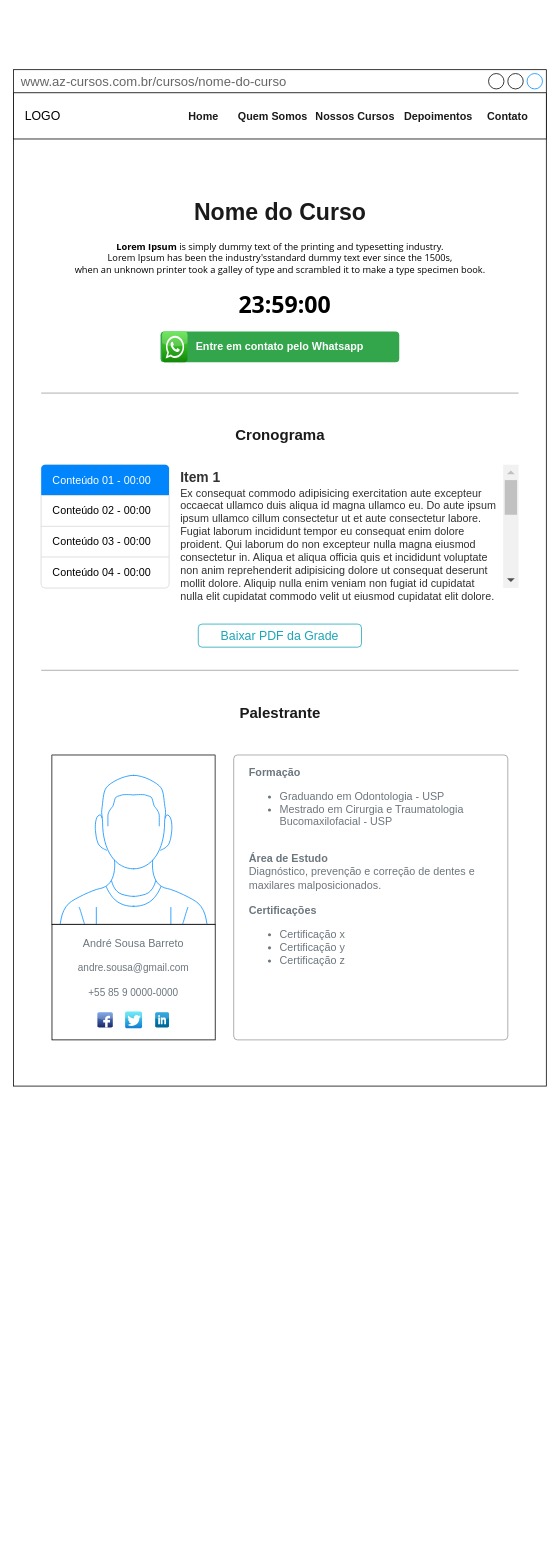
Earlier version of the draw.io diagram page "Page-4" (4 of 4) of Untitled Diagram.drawio (angelianosousa/web_money). Source tidied: cells renumbered, new cells numbered last; positions are measured from the earlier drawing's top-left corner, leaving out a move shared by most shapes. Both pictures are drawn from the tidied source at 77%, with x=0, y=0 at pixel (13, 69).
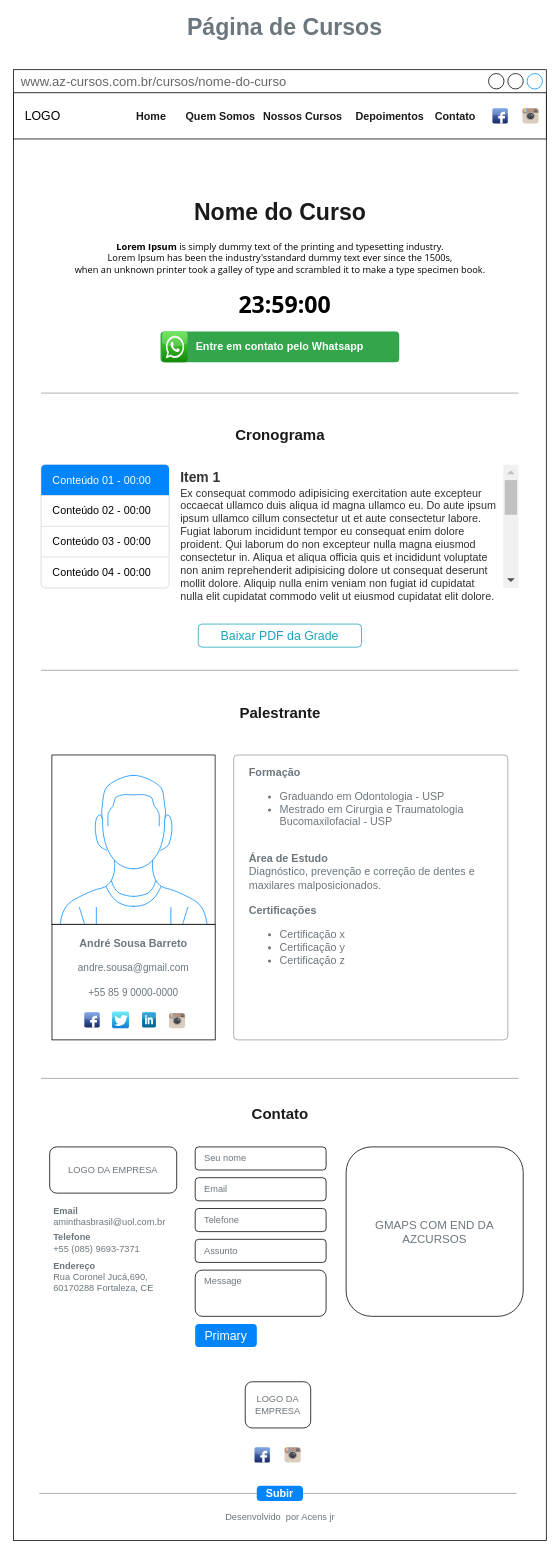
Above is the later version.

Commit message:
Página de Cursos (Pronta!)

Unchanged cells that the change refers to:
```xml
<mxCell id="5" value="LOGO" style="html=1;shadow=0;dashed=0;fontSize=16;align=left;spacing=15;" parent="1" vertex="1">
  <mxGeometry y="30" width="692" height="60" as="geometry" />
</mxCell>
```

Diff of the diagram source:
```diff
@@
     <mxCell id="2" value="www.az-cursos.com.br/cursos/nome-do-curso" style="strokeWidth=1;shadow=0;dashed=0;align=center;html=1;shape=mxgraph.mockup.containers.window;align=left;verticalAlign=top;spacingLeft=8;strokeColor2=#008cff;strokeColor3=#c4c4c4;fontColor=#666666;mainText=;fontSize=17;labelBackgroundColor=none;" parent="1" vertex="1">
-      <mxGeometry width="692" height="1320" as="geometry" />
+      <mxGeometry width="692" height="1910" as="geometry" />
     </mxCell>
@@
+    <mxCell id="35" style="group;" parent="5" vertex="1">
+      <mxGeometry x="144" y="10" width="470" height="40" as="geometry" />
+    </mxCell>
-    <mxCell id="6" value="Home" style="fillColor=none;strokeColor=none;fontSize=14;fontColor=#1A1A1A;align=center;fontStyle=1;" parent="5" vertex="1">
-      <mxGeometry width="70" height="40" relative="1" as="geometry">
-        <mxPoint x="212" y="10" as="offset" />
-      </mxGeometry>
+    <mxCell id="6" value="Home" style="fillColor=none;strokeColor=none;fontSize=14;fontColor=#1A1A1A;align=center;fontStyle=1;" parent="35" vertex="1">
+      <mxGeometry width="70" height="40" relative="1" as="geometry" />
     </mxCell>
-    <mxCell id="7" value="Depoimentos" style="fillColor=none;strokeColor=none;fontSize=14;fontColor=#1A1A1A;align=center;fontStyle=1;" parent="5" vertex="1">
+    <mxCell id="7" value="Depoimentos" style="fillColor=none;strokeColor=none;fontSize=14;fontColor=#1A1A1A;align=center;fontStyle=1;" parent="35" vertex="1">
       <mxGeometry width="100" height="40" relative="1" as="geometry">
-        <mxPoint x="502" y="10" as="offset" />
+        <mxPoint x="295" as="offset" />
       </mxGeometry>
     </mxCell>
-    <mxCell id="8" value="Quem Somos" style="fillColor=none;strokeColor=none;fontSize=14;fontColor=#1A1A1A;align=center;spacingRight=0;fontStyle=1;" parent="5" vertex="1">
+    <mxCell id="8" value="Quem Somos" style="fillColor=none;strokeColor=none;fontSize=14;fontColor=#1A1A1A;align=center;spacingRight=0;fontStyle=1;" parent="35" vertex="1">
       <mxGeometry width="90" height="40" relative="1" as="geometry">
-        <mxPoint x="292" y="10" as="offset" />
+        <mxPoint x="80" as="offset" />
       </mxGeometry>
     </mxCell>
-    <mxCell id="9" value="Contato" style="fillColor=none;strokeColor=none;fontSize=14;fontColor=#1A1A1A;align=center;fontStyle=1;" parent="5" vertex="1">
+    <mxCell id="9" value="Contato" style="fillColor=none;strokeColor=none;fontSize=14;fontColor=#1A1A1A;align=center;fontStyle=1;" parent="35" vertex="1">
       <mxGeometry width="80" height="40" relative="1" as="geometry">
-        <mxPoint x="602" y="10" as="offset" />
+        <mxPoint x="390" as="offset" />
       </mxGeometry>
     </mxCell>
-    <mxCell id="10" value="Nossos Cursos" style="fillColor=none;strokeColor=none;fontSize=14;fontColor=#1A1A1A;align=center;spacingRight=0;fontStyle=1;" parent="5" vertex="1">
-      <mxGeometry x="392" y="10" width="103.8" height="40" as="geometry" />
+    <mxCell id="10" value="Nossos Cursos" style="fillColor=none;strokeColor=none;fontSize=14;fontColor=#1A1A1A;align=center;spacingRight=0;fontStyle=1;" parent="35" vertex="1">
+      <mxGeometry x="180" width="103.8" height="40" as="geometry" />
     </mxCell>
+    <mxCell id="36" style="dashed=0;html=1;align=center;labelPosition=center;verticalLabelPosition=bottom;verticalAlign=top;shape=mxgraph.webicons.facebook;fillColor=#6294E4;gradientColor=#1A2665;rounded=0;shadow=0;labelBackgroundColor=none;labelBorderColor=none;fontSize=13;fontColor=#3399FF;strokeColor=default;" parent="5" vertex="1">
+      <mxGeometry x="622" y="20" width="20" height="20" as="geometry" />
+    </mxCell>
+    <mxCell id="37" style="dashed=0;html=1;align=center;labelPosition=center;verticalLabelPosition=bottom;verticalAlign=top;shape=mxgraph.weblogos.instagram;fillColor=#6FC0E4;gradientColor=#1E305B;rounded=0;shadow=0;labelBackgroundColor=none;labelBorderColor=none;fontSize=12;fontColor=#6C767D;strokeColor=default;" parent="5" vertex="1">
+      <mxGeometry x="661" y="20" width="21" height="20" as="geometry" />
+    </mxCell>
@@
-    <mxCell id="29" value="&lt;font color=&quot;#6c767d&quot;&gt;&lt;span style=&quot;font-size: 14px ; text-align: left&quot;&gt;André Sousa Barreto&lt;br&gt;&lt;/span&gt;&lt;br&gt;andre.sousa@gmail.com&lt;br&gt;&lt;br&gt;+55 85 9 0000-0000&lt;/font&gt;" style="rounded=0;whiteSpace=wrap;html=1;shadow=0;labelBackgroundColor=none;labelBorderColor=none;fontSize=13;fontColor=#3399FF;strokeColor=default;verticalAlign=top;spacingTop=10;" parent="1" vertex="1">
+    <mxCell id="29" value="&lt;font color=&quot;#6c767d&quot;&gt;&lt;span style=&quot;font-size: 14px ; text-align: left&quot;&gt;&lt;b&gt;André Sousa Barreto&lt;/b&gt;&lt;br&gt;&lt;/span&gt;&lt;br&gt;andre.sousa@gmail.com&lt;br&gt;&lt;br&gt;+55 85 9 0000-0000&lt;/font&gt;" style="rounded=0;whiteSpace=wrap;html=1;shadow=0;labelBackgroundColor=none;labelBorderColor=none;fontSize=13;fontColor=#3399FF;strokeColor=default;verticalAlign=top;spacingTop=10;" parent="1" vertex="1">
       <mxGeometry x="50" y="1110" width="212" height="150" as="geometry" />
     </mxCell>
+    <mxCell id="32" style="dashed=0;html=1;align=center;labelPosition=center;verticalLabelPosition=bottom;verticalAlign=top;shape=mxgraph.webicons.whatsapp;fillColor=#4FE238;gradientColor=#138709;rounded=0;shadow=0;labelBackgroundColor=none;labelBorderColor=none;fontSize=13;fontColor=#6C767D;strokeColor=default;" parent="1" vertex="1">
+      <mxGeometry x="193" y="340" width="33" height="40" as="geometry" />
+    </mxCell>
+    <mxCell id="34" value="&lt;div style=&quot;text-align: justify&quot;&gt;&lt;span&gt;&lt;font face=&quot;open sans, arial, sans-serif&quot; size=&quot;1&quot;&gt;&lt;b style=&quot;font-size: 30px&quot;&gt;23:59:00&lt;/b&gt;&lt;/font&gt;&lt;/span&gt;&lt;/div&gt;" style="text;html=1;align=center;verticalAlign=middle;rounded=0;fontSize=12;horizontal=1;labelBackgroundColor=none;shadow=0;font-wrap: true;" parent="1" vertex="1">
+      <mxGeometry x="282" y="290" width="140" height="30" as="geometry" />
+    </mxCell>
+    <mxCell id="38" value="&lt;h2&gt;Contato&lt;/h2&gt;" style="text;html=1;align=center;verticalAlign=middle;fillColor=none;strokeColor=none;rounded=0;shadow=0;labelBackgroundColor=none;labelBorderColor=none;fontSize=13;fontColor=#1A1A1A;" parent="1" vertex="1">
+      <mxGeometry x="301" y="1331" width="90" height="50" as="geometry" />
+    </mxCell>
+    <mxCell id="39" style="group;" parent="1" vertex="1">
+      <mxGeometry x="236" y="1399" width="170" height="260" as="geometry" />
+    </mxCell>
+    <mxCell id="40" value="Primary" style="html=1;shadow=0;dashed=0;shape=mxgraph.bootstrap.rrect;rSize=5;strokeColor=none;strokeWidth=1;fillColor=#0085FC;fontColor=#FFFFFF;whiteSpace=wrap;align=center;verticalAlign=middle;spacingLeft=0;fontStyle=0;fontSize=16;spacing=5;rounded=0;labelBackgroundColor=none;labelBorderColor=none;" parent="39" vertex="1">
+      <mxGeometry y="230" width="80" height="30" as="geometry" />
+    </mxCell>
+    <mxCell id="41" style="group;" parent="39" vertex="1">
+      <mxGeometry width="170" height="220" as="geometry" />
+    </mxCell>
+    <mxCell id="42" value="Message" style="rounded=1;whiteSpace=wrap;html=1;shadow=0;labelBackgroundColor=none;labelBorderColor=none;fontSize=12;fontColor=#6C767D;strokeColor=default;verticalAlign=top;align=left;spacingLeft=10;" parent="41" vertex="1">
+      <mxGeometry y="160" width="170" height="60" as="geometry" />
+    </mxCell>
+    <mxCell id="43" value="Seu nome" style="rounded=1;whiteSpace=wrap;html=1;shadow=0;labelBackgroundColor=none;labelBorderColor=none;fontSize=12;fontColor=#6C767D;strokeColor=default;align=left;spacingLeft=10;" parent="41" vertex="1">
+      <mxGeometry width="170" height="30" as="geometry" />
+    </mxCell>
+    <mxCell id="44" value="Email" style="rounded=1;whiteSpace=wrap;html=1;shadow=0;labelBackgroundColor=none;labelBorderColor=none;fontSize=12;fontColor=#6C767D;strokeColor=default;align=left;spacingLeft=10;" parent="41" vertex="1">
+      <mxGeometry y="40" width="170" height="30" as="geometry" />
+    </mxCell>
+    <mxCell id="45" value="Telefone" style="rounded=1;whiteSpace=wrap;html=1;shadow=0;labelBackgroundColor=none;labelBorderColor=none;fontSize=12;fontColor=#6C767D;strokeColor=default;align=left;spacingLeft=10;" parent="41" vertex="1">
+      <mxGeometry y="80" width="170" height="30" as="geometry" />
+    </mxCell>
+    <mxCell id="46" value="Assunto" style="rounded=1;whiteSpace=wrap;html=1;shadow=0;labelBackgroundColor=none;labelBorderColor=none;fontSize=12;fontColor=#6C767D;strokeColor=default;align=left;spacingLeft=10;" parent="41" vertex="1">
+      <mxGeometry y="120" width="170" height="30" as="geometry" />
+    </mxCell>
+    <mxCell id="47" value="&lt;font style=&quot;font-size: 15px&quot;&gt;GMAPS COM END DA AZCURSOS&lt;/font&gt;" style="rounded=1;whiteSpace=wrap;html=1;shadow=0;labelBackgroundColor=none;labelBorderColor=none;fontSize=12;fontColor=#6C767D;strokeColor=default;" parent="1" vertex="1">
+      <mxGeometry x="432" y="1399" width="230" height="220" as="geometry" />
+    </mxCell>
+    <mxCell id="48" value="LOGO DA EMPRESA" style="rounded=1;whiteSpace=wrap;html=1;shadow=0;labelBackgroundColor=none;labelBorderColor=none;fontSize=12;fontColor=#6C767D;strokeColor=default;" parent="1" vertex="1">
+      <mxGeometry x="301" y="1704" width="85" height="60" as="geometry" />
+    </mxCell>
+    <mxCell id="49" style="dashed=0;html=1;align=center;labelPosition=center;verticalLabelPosition=bottom;verticalAlign=top;shape=mxgraph.webicons.facebook;fillColor=#6294E4;gradientColor=#1A2665;rounded=0;shadow=0;labelBackgroundColor=none;labelBorderColor=none;fontSize=13;fontColor=#3399FF;strokeColor=default;" parent="1" vertex="1">
+      <mxGeometry x="313" y="1789" width="20" height="20" as="geometry" />
+    </mxCell>
+    <mxCell id="50" style="dashed=0;html=1;align=center;labelPosition=center;verticalLabelPosition=bottom;verticalAlign=top;shape=mxgraph.weblogos.instagram;fillColor=#6FC0E4;gradientColor=#1E305B;rounded=0;shadow=0;labelBackgroundColor=none;labelBorderColor=none;fontSize=12;fontColor=#6C767D;strokeColor=default;" parent="1" vertex="1">
+      <mxGeometry x="352" y="1789" width="21" height="20" as="geometry" />
+    </mxCell>
+    <mxCell id="51" style="group;" parent="1" vertex="1">
+      <mxGeometry x="92" y="1223" width="131" height="22" as="geometry" />
+    </mxCell>
-    <mxCell id="30" style="dashed=0;html=1;align=center;labelPosition=center;verticalLabelPosition=bottom;verticalAlign=top;shape=mxgraph.webicons.facebook;fillColor=#6294E4;gradientColor=#1A2665;rounded=0;shadow=0;labelBackgroundColor=none;labelBorderColor=none;fontSize=13;fontColor=#3399FF;strokeColor=default;" parent="1" vertex="1">
-      <mxGeometry x="109" y="1224" width="20" height="20" as="geometry" />
+    <mxCell id="30" style="dashed=0;html=1;align=center;labelPosition=center;verticalLabelPosition=bottom;verticalAlign=top;shape=mxgraph.webicons.facebook;fillColor=#6294E4;gradientColor=#1A2665;rounded=0;shadow=0;labelBackgroundColor=none;labelBorderColor=none;fontSize=13;fontColor=#3399FF;strokeColor=default;" parent="51" vertex="1">
+      <mxGeometry y="1" width="20" height="20" as="geometry" />
     </mxCell>
-    <mxCell id="31" style="dashed=0;html=1;align=center;labelPosition=center;verticalLabelPosition=bottom;verticalAlign=top;shape=mxgraph.webicons.linkedin;fillColor=#0095DB;gradientColor=#006391;rounded=0;shadow=0;labelBackgroundColor=none;labelBorderColor=none;fontSize=13;fontColor=#6C767D;strokeColor=default;" parent="1" vertex="1">
-      <mxGeometry x="184" y="1224" width="18" height="20" as="geometry" />
+    <mxCell id="31" style="dashed=0;html=1;align=center;labelPosition=center;verticalLabelPosition=bottom;verticalAlign=top;shape=mxgraph.webicons.linkedin;fillColor=#0095DB;gradientColor=#006391;rounded=0;shadow=0;labelBackgroundColor=none;labelBorderColor=none;fontSize=13;fontColor=#6C767D;strokeColor=default;" parent="51" vertex="1">
+      <mxGeometry x="75" y="1" width="18" height="20" as="geometry" />
     </mxCell>
-    <mxCell id="32" style="dashed=0;html=1;align=center;labelPosition=center;verticalLabelPosition=bottom;verticalAlign=top;shape=mxgraph.webicons.whatsapp;fillColor=#4FE238;gradientColor=#138709;rounded=0;shadow=0;labelBackgroundColor=none;labelBorderColor=none;fontSize=13;fontColor=#6C767D;strokeColor=default;" parent="1" vertex="1">
-      <mxGeometry x="193" y="340" width="33" height="40" as="geometry" />
-    </mxCell>
-    <mxCell id="33" style="dashed=0;html=1;align=center;labelPosition=center;verticalLabelPosition=bottom;verticalAlign=top;shape=mxgraph.webicons.twitter;fillColor=#49EAF7;gradientColor=#137BD0;rounded=0;shadow=0;labelBackgroundColor=none;labelBorderColor=none;fontSize=13;fontColor=#6C767D;strokeColor=default;" parent="1" vertex="1">
-      <mxGeometry x="145" y="1223" width="22" height="22" as="geometry" />
+    <mxCell id="33" style="dashed=0;html=1;align=center;labelPosition=center;verticalLabelPosition=bottom;verticalAlign=top;shape=mxgraph.webicons.twitter;fillColor=#49EAF7;gradientColor=#137BD0;rounded=0;shadow=0;labelBackgroundColor=none;labelBorderColor=none;fontSize=13;fontColor=#6C767D;strokeColor=default;" parent="51" vertex="1">
+      <mxGeometry x="36" width="22" height="22" as="geometry" />
     </mxCell>
-    <mxCell id="34" value="&lt;div style=&quot;text-align: justify&quot;&gt;&lt;span&gt;&lt;font face=&quot;open sans, arial, sans-serif&quot; size=&quot;1&quot;&gt;&lt;b style=&quot;font-size: 30px&quot;&gt;23:59:00&lt;/b&gt;&lt;/font&gt;&lt;/span&gt;&lt;/div&gt;" style="text;html=1;align=center;verticalAlign=middle;rounded=0;fontSize=12;horizontal=1;labelBackgroundColor=none;shadow=0;font-wrap: true;" parent="1" vertex="1">
-      <mxGeometry x="282" y="290" width="140" height="30" as="geometry" />
-    </mxCell>
+    <mxCell id="52" style="dashed=0;html=1;align=center;labelPosition=center;verticalLabelPosition=bottom;verticalAlign=top;shape=mxgraph.weblogos.instagram;fillColor=#6FC0E4;gradientColor=#1E305B;rounded=0;shadow=0;labelBackgroundColor=none;labelBorderColor=none;fontSize=12;fontColor=#6C767D;strokeColor=default;" parent="51" vertex="1">
+      <mxGeometry x="110" y="2" width="21" height="20" as="geometry" />
+    </mxCell>
+    <mxCell id="53" style="verticalLabelPosition=bottom;shadow=0;dashed=0;align=center;html=1;verticalAlign=top;strokeWidth=1;shape=mxgraph.mockup.markup.line;strokeColor=#999999;" parent="1" vertex="1">
+      <mxGeometry x="33.5" y="1839" width="620" height="20" as="geometry" />
+    </mxCell>
+    <mxCell id="54" value="Subir" style="html=1;shadow=0;dashed=0;shape=mxgraph.bootstrap.rrect;rSize=5;strokeColor=none;strokeWidth=1;fillColor=#0085FC;fontColor=#FFFFFF;whiteSpace=wrap;align=center;verticalAlign=middle;spacingLeft=0;fontStyle=1;fontSize=14;spacing=5;rounded=0;labelBackgroundColor=none;labelBorderColor=none;" parent="1" vertex="1">
+      <mxGeometry x="316" y="1839" width="60" height="20" as="geometry" />
+    </mxCell>
+    <mxCell id="55" style="verticalLabelPosition=bottom;shadow=0;dashed=0;align=center;html=1;verticalAlign=top;strokeWidth=1;shape=mxgraph.mockup.markup.line;strokeColor=#999999;" parent="1" vertex="1">
+      <mxGeometry x="36" y="1300" width="620" height="20" as="geometry" />
+    </mxCell>
+    <mxCell id="56" style="group;" parent="1" vertex="1">
+      <mxGeometry x="47" y="1399" width="165" height="194" as="geometry" />
+    </mxCell>
+    <mxCell id="57" value="LOGO DA EMPRESA" style="rounded=1;whiteSpace=wrap;html=1;shadow=0;labelBackgroundColor=none;labelBorderColor=none;fontSize=12;fontColor=#6C767D;strokeColor=default;" parent="56" vertex="1">
+      <mxGeometry width="165" height="60" as="geometry" />
+    </mxCell>
+    <mxCell id="58" value="&lt;b&gt;Email&lt;br&gt;&lt;/b&gt;aminthasbrasil@uol.com.br" style="text;html=1;align=left;verticalAlign=middle;fillColor=none;strokeColor=none;rounded=0;shadow=0;labelBackgroundColor=none;labelBorderColor=none;fontSize=12;fontColor=#6C767D;" parent="56" vertex="1">
+      <mxGeometry x="3" y="75" width="160" height="30" as="geometry" />
+    </mxCell>
+    <mxCell id="59" value="&lt;b&gt;Telefone&lt;br&gt;&lt;/b&gt;+55 (085) 9693-7371" style="text;html=1;align=left;verticalAlign=middle;fillColor=none;strokeColor=none;rounded=0;shadow=0;labelBackgroundColor=none;labelBorderColor=none;fontSize=12;fontColor=#6C767D;" parent="56" vertex="1">
+      <mxGeometry x="3" y="110" width="130" height="30" as="geometry" />
+    </mxCell>
+    <mxCell id="60" value="&lt;b&gt;Endereço&lt;br&gt;&lt;/b&gt;&lt;span&gt;Rua Coronel Jucá,690,&lt;br&gt;60170288 Fortaleza, CE&lt;br&gt;&lt;/span&gt;" style="text;html=1;align=left;verticalAlign=middle;fillColor=none;strokeColor=none;rounded=0;shadow=0;labelBackgroundColor=none;labelBorderColor=none;fontSize=12;fontColor=#6C767D;" parent="56" vertex="1">
+      <mxGeometry x="3" y="144" width="150" height="50" as="geometry" />
+    </mxCell>
+    <mxCell id="61" value="Desenvolvido&amp;nbsp; por Acens jr" style="text;html=1;align=center;verticalAlign=middle;fillColor=none;strokeColor=none;rounded=0;shadow=0;labelBackgroundColor=none;labelBorderColor=none;fontSize=12;fontColor=#6C767D;" parent="1" vertex="1">
+      <mxGeometry x="266" y="1870" width="160" height="20" as="geometry" />
+    </mxCell>
+    <mxCell id="62" value="&lt;b&gt;&lt;font style=&quot;font-size: 30px&quot;&gt;Página de Cursos&lt;/font&gt;&lt;/b&gt;" style="text;html=1;align=center;verticalAlign=middle;fillColor=none;strokeColor=none;rounded=0;shadow=0;labelBackgroundColor=none;labelBorderColor=none;fontSize=15;fontColor=#6C767D;" parent="1" vertex="1">
+      <mxGeometry x="217" y="-70" width="270" height="30" as="geometry" />
+    </mxCell>
```
